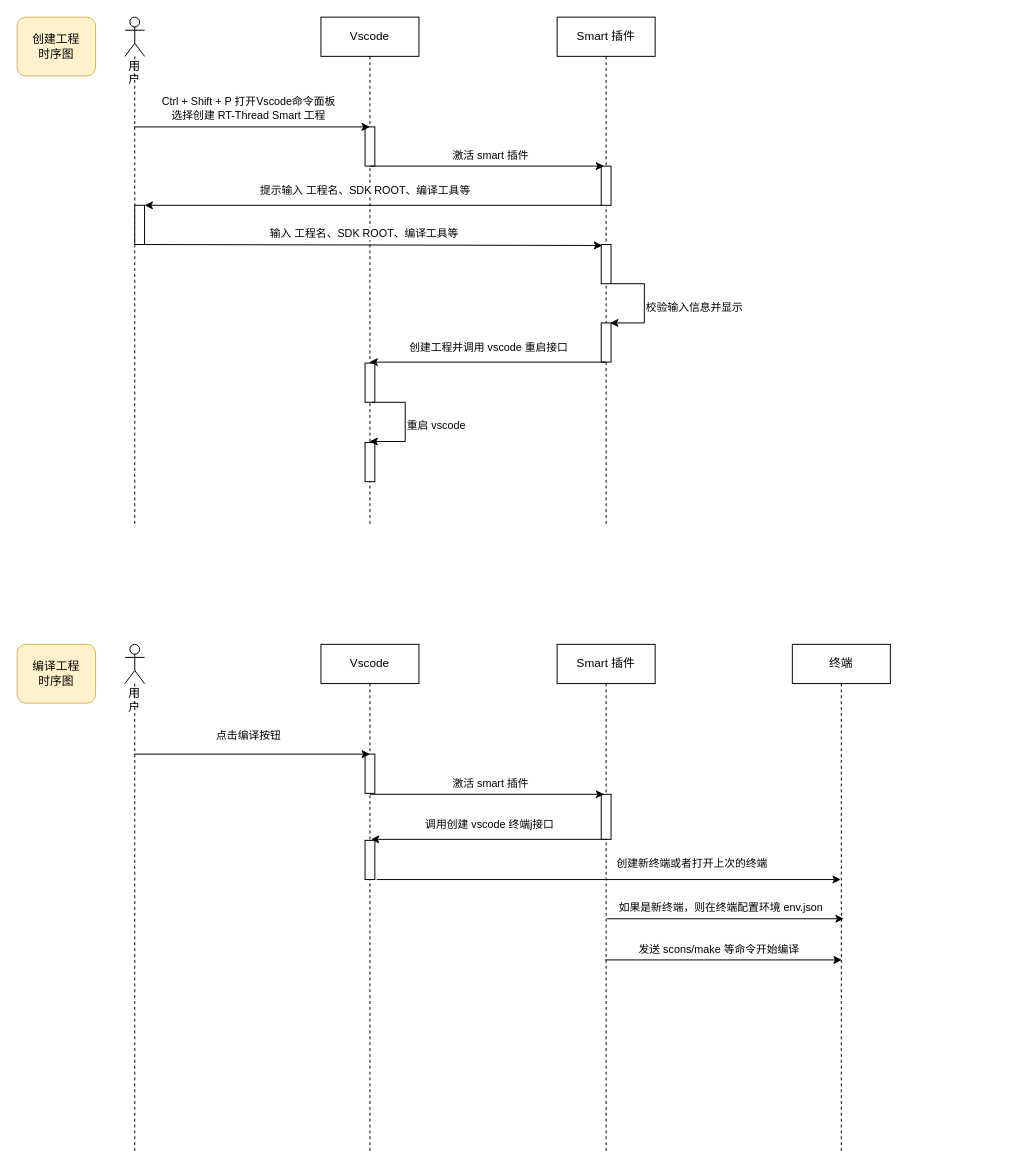
Earlier version of the draw.io diagram vscode/smart-vscode.drawio (ErikChanGit/Draw.io). Source tidied: cells renumbered, new cells numbered last; positions are measured from the earlier drawing's top-left corner, leaving out a move shared by most shapes. Both pictures are drawn from the tidied source at 98%, with x=0, y=0 at pixel (17, 17).
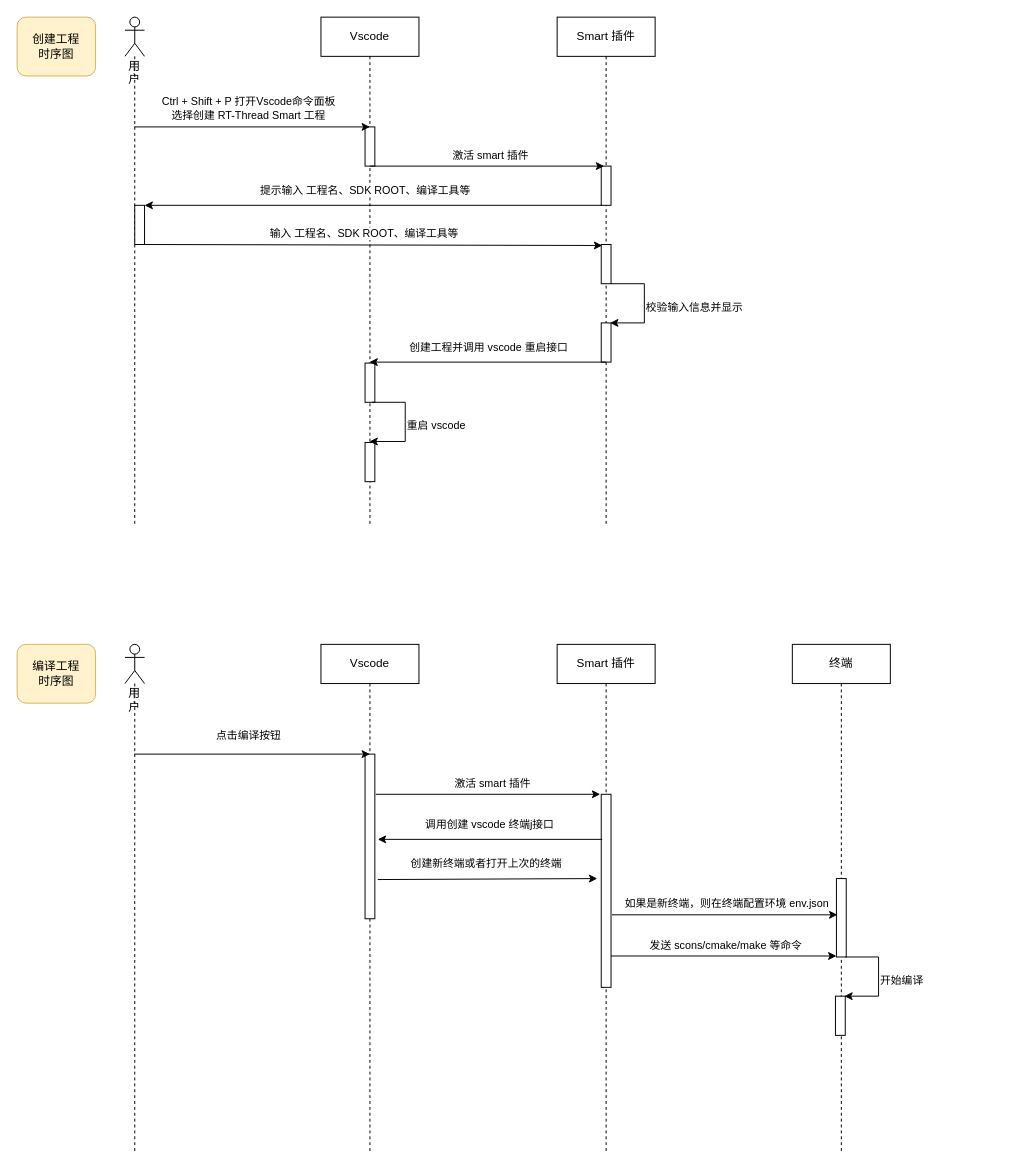
The same page after the edit.

The change refers to these unchanged cells:
```xml
<mxCell id="30" value="Vscode" style="shape=umlLifeline;perimeter=lifelinePerimeter;whiteSpace=wrap;html=1;" parent="1" vertex="1">
  <mxGeometry x="310" y="640" width="100" height="520" as="geometry" />
</mxCell>
<mxCell id="34" value="Smart 插件" style="shape=umlLifeline;perimeter=lifelinePerimeter;whiteSpace=wrap;html=1;" parent="1" vertex="1">
  <mxGeometry x="551" y="640" width="100" height="520" as="geometry" />
</mxCell>
<mxCell id="44" value="终端" style="shape=umlLifeline;perimeter=lifelinePerimeter;whiteSpace=wrap;html=1;outlineConnect=0;" parent="1" vertex="1">
  <mxGeometry x="791" y="640" width="100" height="520" as="geometry" />
</mxCell>
```

What changed in the source:
```diff
@@
     <mxCell id="31" style="html=1;points=[];perimeter=orthogonalPerimeter;" parent="30" vertex="1">
-      <mxGeometry x="45" y="112" width="10" height="40" as="geometry" />
+      <mxGeometry x="45" y="112" width="10" height="168" as="geometry" />
     </mxCell>
-    <mxCell id="32" style="html=1;perimeter=orthogonalPerimeter;" parent="30" vertex="1">
-      <mxGeometry x="45" y="200" width="10" height="40" as="geometry" />
-    </mxCell>
@@
     <mxCell id="35" style="html=1;perimeter=orthogonalPerimeter;" parent="34" vertex="1">
-      <mxGeometry x="45" y="153" width="10" height="46" as="geometry" />
+      <mxGeometry x="45" y="153" width="10" height="197" as="geometry" />
     </mxCell>
-    <mxCell id="36" style="endArrow=classic;html=1;rounded=0;" parent="34" edge="1" target="44">
+    <mxCell id="36" style="endArrow=classic;html=1;rounded=0;" parent="34" edge="1">
       <mxGeometry relative="1" as="geometry">
-        <mxPoint x="-184" y="240" as="sourcePoint" />
+        <mxPoint x="-183" y="240" as="sourcePoint" />
+        <mxPoint x="41" y="239" as="targetPoint" />
       </mxGeometry>
     </mxCell>
@@
     <mxCell id="39" style="endArrow=classic;html=1;rounded=0;entryX=0.3;entryY=0;entryDx=0;entryDy=0;entryPerimeter=0;" parent="1" edge="1">
       <mxGeometry relative="1" as="geometry">
-        <mxPoint x="360" y="793" as="sourcePoint" />
-        <mxPoint x="599" y="793" as="targetPoint" />
+        <mxPoint x="366" y="793" as="sourcePoint" />
+        <mxPoint x="595" y="793" as="targetPoint" />
       </mxGeometry>
     </mxCell>
@@
     <mxCell id="41" style="endArrow=classic;html=1;rounded=0;" parent="1" edge="1">
       <mxGeometry relative="1" as="geometry">
-        <mxPoint x="602.5" y="839" as="sourcePoint" />
-        <mxPoint x="361" y="839" as="targetPoint" />
+        <mxPoint x="597" y="839" as="sourcePoint" />
+        <mxPoint x="368" y="839" as="targetPoint" />
       </mxGeometry>
     </mxCell>
@@
     <mxCell id="43" value="&lt;span style=&quot;color: rgb(0 , 0 , 0) ; font-family: &amp;#34;helvetica&amp;#34; ; font-size: 11px ; font-style: normal ; font-weight: 400 ; letter-spacing: normal ; text-align: center ; text-indent: 0px ; text-transform: none ; word-spacing: 0px ; background-color: rgb(255 , 255 , 255) ; display: inline ; float: none&quot;&gt;创建新终端或者打开上次的终端&lt;/span&gt;" style="text;whiteSpace=wrap;html=1;" parent="1" vertex="1">
-      <mxGeometry x="610" y="850" width="170" height="30" as="geometry" />
+      <mxGeometry x="400" y="850" width="170" height="30" as="geometry" />
     </mxCell>
@@
+    <mxCell id="51" style="html=1;perimeter=orthogonalPerimeter;" parent="44" vertex="1">
+      <mxGeometry x="45" y="239" width="10" height="80" as="geometry" />
+    </mxCell>
     <mxCell id="45" style="endArrow=classic;html=1;rounded=0;" parent="1" edge="1">
       <mxGeometry relative="1" as="geometry">
-        <mxPoint x="600" y="962" as="sourcePoint" />
-        <mxPoint x="841.5" y="962" as="targetPoint" />
+        <mxPoint x="606" y="958" as="sourcePoint" />
+        <mxPoint x="836" y="958" as="targetPoint" />
       </mxGeometry>
     </mxCell>
-    <mxCell id="46" value="发送 scons/make 等命令开始编译" style="edgeLabel;html=1;align=center;verticalAlign=middle;" parent="45" vertex="1">
+    <mxCell id="46" value="发送 scons/cmake/make 等命令" style="edgeLabel;html=1;align=center;verticalAlign=middle;" parent="45" vertex="1">
       <mxGeometry x="-0.21" y="-2" relative="1" as="geometry">
-        <mxPoint x="20" y="-14" as="offset" />
+        <mxPoint x="25" y="-14" as="offset" />
       </mxGeometry>
     </mxCell>
-    <mxCell id="47" style="endArrow=classic;html=1;rounded=0;" parent="1" edge="1">
+    <mxCell id="47" style="endArrow=classic;html=1;rounded=0;entryX=-0.4;entryY=0.463;entryDx=0;entryDy=0;entryPerimeter=0;" parent="1" edge="1">
       <mxGeometry relative="1" as="geometry">
-        <mxPoint x="602" y="920" as="sourcePoint" />
-        <mxPoint x="843.5" y="920" as="targetPoint" />
+        <mxPoint x="607" y="916" as="sourcePoint" />
+        <mxPoint x="837" y="916" as="targetPoint" />
       </mxGeometry>
     </mxCell>
     <mxCell id="48" value="如果是新终端，则在终端配置环境 env.json" style="edgeLabel;html=1;align=center;verticalAlign=middle;" parent="47" vertex="1">
       <mxGeometry x="-0.21" y="-2" relative="1" as="geometry">
-        <mxPoint x="20" y="-14" as="offset" />
+        <mxPoint x="25" y="-14" as="offset" />
       </mxGeometry>
     </mxCell>
@@
+    <mxCell id="52" style="html=1;perimeter=orthogonalPerimeter;" parent="1" vertex="1">
+      <mxGeometry x="835" y="999" width="10" height="40" as="geometry" />
+    </mxCell>
+    <mxCell id="53" style="endArrow=classic;html=1;rounded=0;" parent="1" edge="1">
+      <mxGeometry relative="1" as="geometry">
+        <mxPoint x="879" y="999" as="sourcePoint" />
+        <mxPoint x="844" y="999" as="targetPoint" />
+      </mxGeometry>
+    </mxCell>
+    <mxCell id="54" style="endArrow=none;html=1;rounded=0;" parent="1" edge="1">
+      <mxGeometry relative="1" as="geometry">
+        <mxPoint x="845" y="959" as="sourcePoint" />
+        <mxPoint x="879" y="959" as="targetPoint" />
+      </mxGeometry>
+    </mxCell>
+    <mxCell id="55" style="endArrow=none;html=1;rounded=0;" parent="1" edge="1">
+      <mxGeometry relative="1" as="geometry">
+        <mxPoint x="879" y="999" as="sourcePoint" />
+        <mxPoint x="879" y="959" as="targetPoint" />
+      </mxGeometry>
+    </mxCell>
+    <mxCell id="56" value="&lt;span style=&quot;color: rgb(0 , 0 , 0) ; font-family: &amp;#34;helvetica&amp;#34; ; font-size: 11px ; font-style: normal ; font-weight: 400 ; letter-spacing: normal ; text-align: center ; text-indent: 0px ; text-transform: none ; word-spacing: 0px ; background-color: rgb(255 , 255 , 255) ; display: inline ; float: none&quot;&gt;开始编译&lt;/span&gt;" style="text;whiteSpace=wrap;html=1;" parent="1" vertex="1">
+      <mxGeometry x="879" y="969" width="130" height="30" as="geometry" />
+    </mxCell>
```
